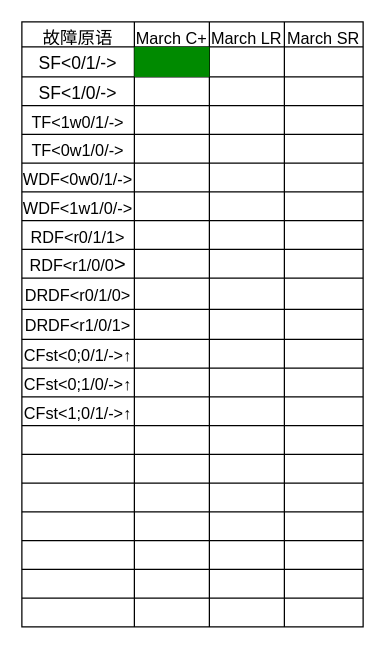
Before: doc/compare.drawio in shanshan-lu/homwork, a draw.io diagram. Source tidied: cells renumbered, new cells numbered last; positions are measured from the earlier drawing's top-left corner, leaving out a move shared by most shapes. Both pictures are drawn from the tidied source at 125%, with x=0, y=0 at pixel (21, 21).
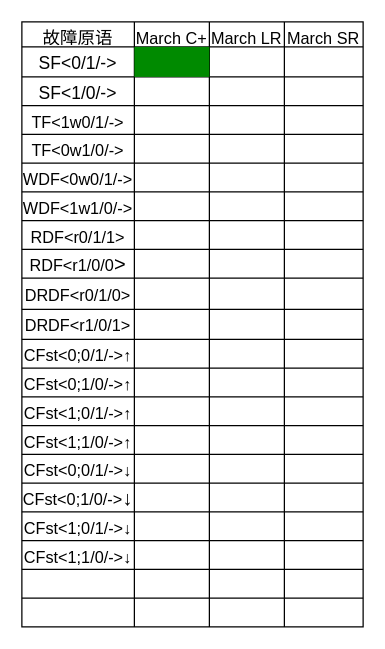
The same diagram, later.

Unchanged cells that the change refers to:
```xml
<mxCell id="73" style="shape=tableRow;horizontal=0;startSize=0;swimlaneHead=0;swimlaneBody=0;strokeColor=inherit;top=0;left=0;bottom=0;right=0;fillColor=none;fontSize=16;" parent="2" vertex="1">
  <mxGeometry y="323" width="273" height="23" as="geometry" />
</mxCell>
<mxCell id="78" style="shape=tableRow;horizontal=0;startSize=0;swimlaneHead=0;swimlaneBody=0;strokeColor=inherit;top=0;left=0;bottom=0;right=0;fillColor=none;fontSize=16;" parent="2" vertex="1">
  <mxGeometry y="346" width="273" height="23" as="geometry" />
</mxCell>
<mxCell id="83" style="shape=tableRow;horizontal=0;startSize=0;swimlaneHead=0;swimlaneBody=0;strokeColor=inherit;top=0;left=0;bottom=0;right=0;fillColor=none;fontSize=16;" parent="2" vertex="1">
  <mxGeometry y="369" width="273" height="23" as="geometry" />
</mxCell>
<mxCell id="88" style="shape=tableRow;horizontal=0;startSize=0;swimlaneHead=0;swimlaneBody=0;strokeColor=inherit;top=0;left=0;bottom=0;right=0;fillColor=none;fontSize=16;" parent="2" vertex="1">
  <mxGeometry y="392" width="273" height="23" as="geometry" />
</mxCell>
<mxCell id="93" style="shape=tableRow;horizontal=0;startSize=0;swimlaneHead=0;swimlaneBody=0;strokeColor=inherit;top=0;left=0;bottom=0;right=0;fillColor=none;fontSize=16;" parent="2" vertex="1">
  <mxGeometry y="415" width="273" height="23" as="geometry" />
</mxCell>
```

The edit, as a diff of the source:
```diff
@@
-    <mxCell id="74" style="shape=partialRectangle;html=1;whiteSpace=wrap;strokeColor=inherit;overflow=hidden;fillColor=none;top=0;left=0;bottom=0;right=0;fontSize=16;" parent="73" vertex="1">
+    <mxCell id="74" value="&lt;font style=&quot;font-size: 13px;&quot;&gt;CFst&amp;lt;1;1/0/-&amp;gt;&lt;span style=&quot;border-color: var(--border-color); background-color: initial; font-family: &amp;quot;Times New Roman&amp;quot;;&quot;&gt;↑&lt;/span&gt;&lt;/font&gt;" style="shape=partialRectangle;html=1;whiteSpace=wrap;strokeColor=inherit;overflow=hidden;fillColor=none;top=0;left=0;bottom=0;right=0;fontSize=16;align=center;" parent="73" vertex="1">
       <mxGeometry width="90" height="23" as="geometry" />
     </mxCell>
@@
-    <mxCell id="79" style="shape=partialRectangle;html=1;whiteSpace=wrap;strokeColor=inherit;overflow=hidden;fillColor=none;top=0;left=0;bottom=0;right=0;fontSize=16;" parent="78" vertex="1">
+    <mxCell id="79" value="&lt;font style=&quot;font-size: 13px;&quot;&gt;CFst&amp;lt;0;0/1/-&amp;gt;↓&lt;/font&gt;" style="shape=partialRectangle;html=1;whiteSpace=wrap;strokeColor=inherit;overflow=hidden;fillColor=none;top=0;left=0;bottom=0;right=0;fontSize=16;" parent="78" vertex="1">
       <mxGeometry width="90" height="23" as="geometry" />
     </mxCell>
@@
-    <mxCell id="84" style="shape=partialRectangle;html=1;whiteSpace=wrap;strokeColor=inherit;overflow=hidden;fillColor=none;top=0;left=0;bottom=0;right=0;fontSize=16;" parent="83" vertex="1">
+    <mxCell id="84" value="&lt;font style=&quot;border-color: var(--border-color); font-size: 13px;&quot;&gt;C&lt;/font&gt;&lt;font style=&quot;border-color: var(--border-color); font-size: 13px;&quot;&gt;Fst&amp;lt;0;1/0/-&amp;gt;&lt;/font&gt;↓" style="shape=partialRectangle;html=1;whiteSpace=wrap;strokeColor=inherit;overflow=hidden;fillColor=none;top=0;left=0;bottom=0;right=0;fontSize=16;" parent="83" vertex="1">
       <mxGeometry width="90" height="23" as="geometry" />
     </mxCell>
@@
-    <mxCell id="89" style="shape=partialRectangle;html=1;whiteSpace=wrap;strokeColor=inherit;overflow=hidden;fillColor=none;top=0;left=0;bottom=0;right=0;fontSize=16;" parent="88" vertex="1">
+    <mxCell id="89" value="&lt;font style=&quot;font-size: 13px;&quot;&gt;CFst&amp;lt;1;0/1/-&amp;gt;↓&lt;/font&gt;" style="shape=partialRectangle;html=1;whiteSpace=wrap;strokeColor=inherit;overflow=hidden;fillColor=none;top=0;left=0;bottom=0;right=0;fontSize=16;" parent="88" vertex="1">
       <mxGeometry width="90" height="23" as="geometry" />
     </mxCell>
@@
-    <mxCell id="94" style="shape=partialRectangle;html=1;whiteSpace=wrap;strokeColor=inherit;overflow=hidden;fillColor=none;top=0;left=0;bottom=0;right=0;fontSize=16;" parent="93" vertex="1">
+    <mxCell id="94" value="&lt;font style=&quot;font-size: 13px;&quot;&gt;CFst&amp;lt;1;1/0/-&amp;gt;↓&lt;/font&gt;" style="shape=partialRectangle;html=1;whiteSpace=wrap;strokeColor=inherit;overflow=hidden;fillColor=none;top=0;left=0;bottom=0;right=0;fontSize=16;" parent="93" vertex="1">
       <mxGeometry width="90" height="23" as="geometry" />
     </mxCell>
```
